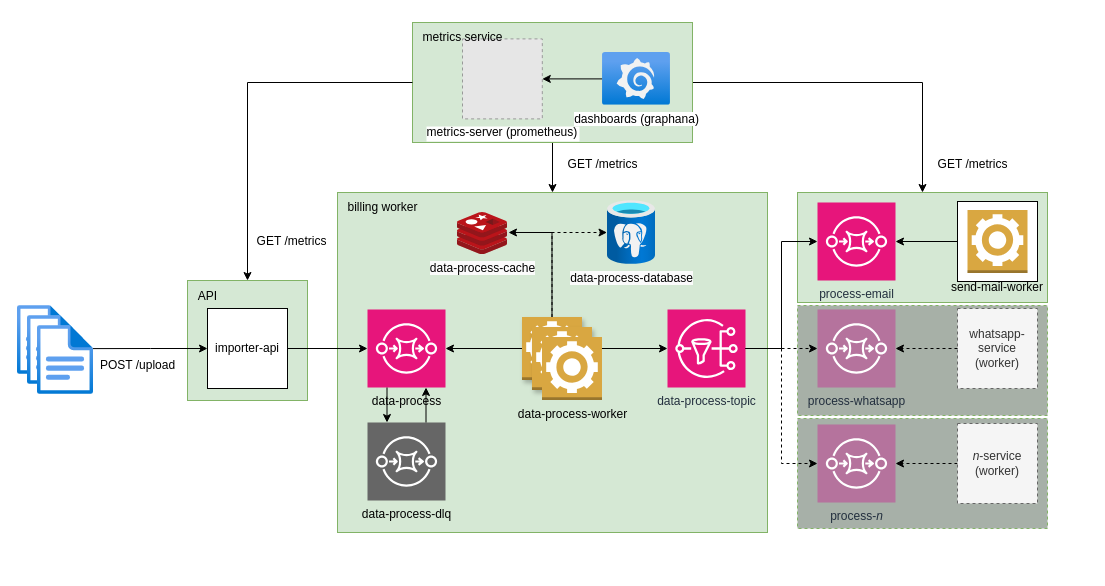
br-monteiro/kanastra-swe-challenge keeps this draw.io diagram as docs/application-diagram.drawio. Above is the earlier version. Source tidied: cells renumbered, new cells numbered last; positions are measured from the earlier drawing's top-left corner, leaving out a move shared by most shapes. Both pictures are drawn from the tidied source at 100%, with x=0, y=0 at pixel (17, 22). Pictures stored in the file or linked from it are replaced by grey dashed boxes.
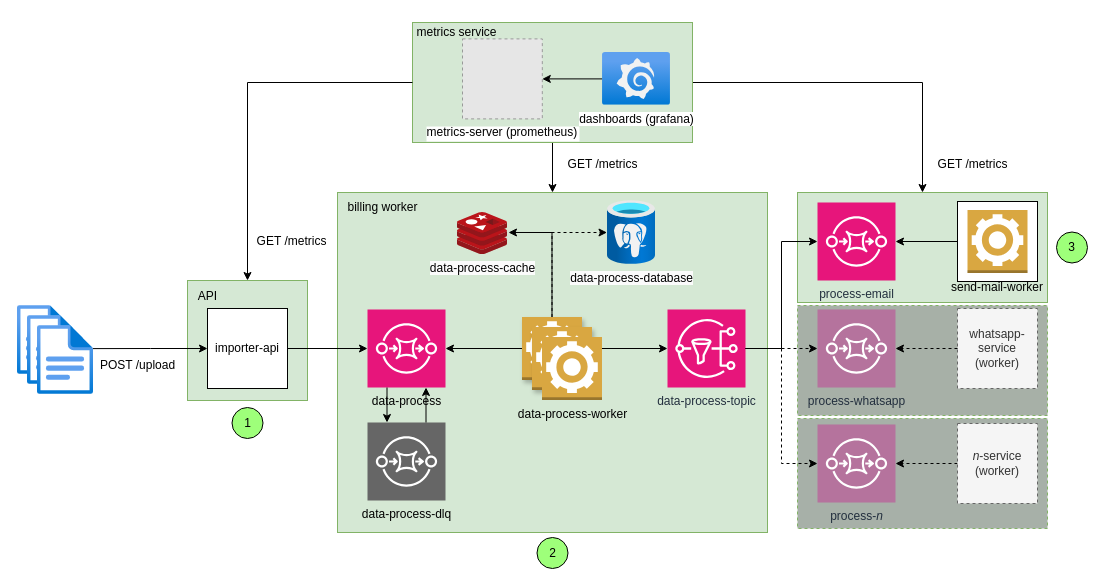
After the change.

The change refers to these unchanged cells:
```xml
<mxCell id="46" style="group;" parent="1" vertex="1">
  <mxGeometry x="395" width="280" height="120" as="geometry" />
</mxCell>
```

What changed in the source:
```diff
@@
-    <mxCell id="49" value="dashboards (graphana)" style="image;html=1;points=[];align=center;fontSize=12;image=img/lib/azure2/other/Grafana.svg;" parent="46" vertex="1">
+    <mxCell id="49" value="dashboards (grafana)" style="image;html=1;points=[];align=center;fontSize=12;image=img/lib/azure2/other/Grafana.svg;" parent="46" vertex="1">
       <mxGeometry x="190" y="30" width="68" height="52.8" as="geometry" />
     </mxCell>
@@
     <mxCell id="51" value="metrics service" style="text;html=1;align=center;verticalAlign=middle;strokeColor=none;fillColor=none;" parent="46" vertex="1">
-      <mxGeometry width="100" height="30" as="geometry" />
+      <mxGeometry x="-6" y="-5" width="100" height="30" as="geometry" />
     </mxCell>
@@
+    <mxCell id="57" value="1" style="ellipse;whiteSpace=wrap;html=1;labelBackgroundColor=none;fillColor=#9EFF7A;" parent="1" vertex="1">
+      <mxGeometry x="214.5" y="385" width="31" height="31" as="geometry" />
+    </mxCell>
+    <mxCell id="58" value="2" style="ellipse;whiteSpace=wrap;html=1;labelBackgroundColor=none;fillColor=#9EFF7A;" parent="1" vertex="1">
+      <mxGeometry x="519.5" y="515" width="31" height="31" as="geometry" />
+    </mxCell>
+    <mxCell id="59" value="3" style="ellipse;whiteSpace=wrap;html=1;labelBackgroundColor=none;fillColor=#9EFF7A;" parent="1" vertex="1">
+      <mxGeometry x="1039" y="209.5" width="31" height="31" as="geometry" />
+    </mxCell>
```
